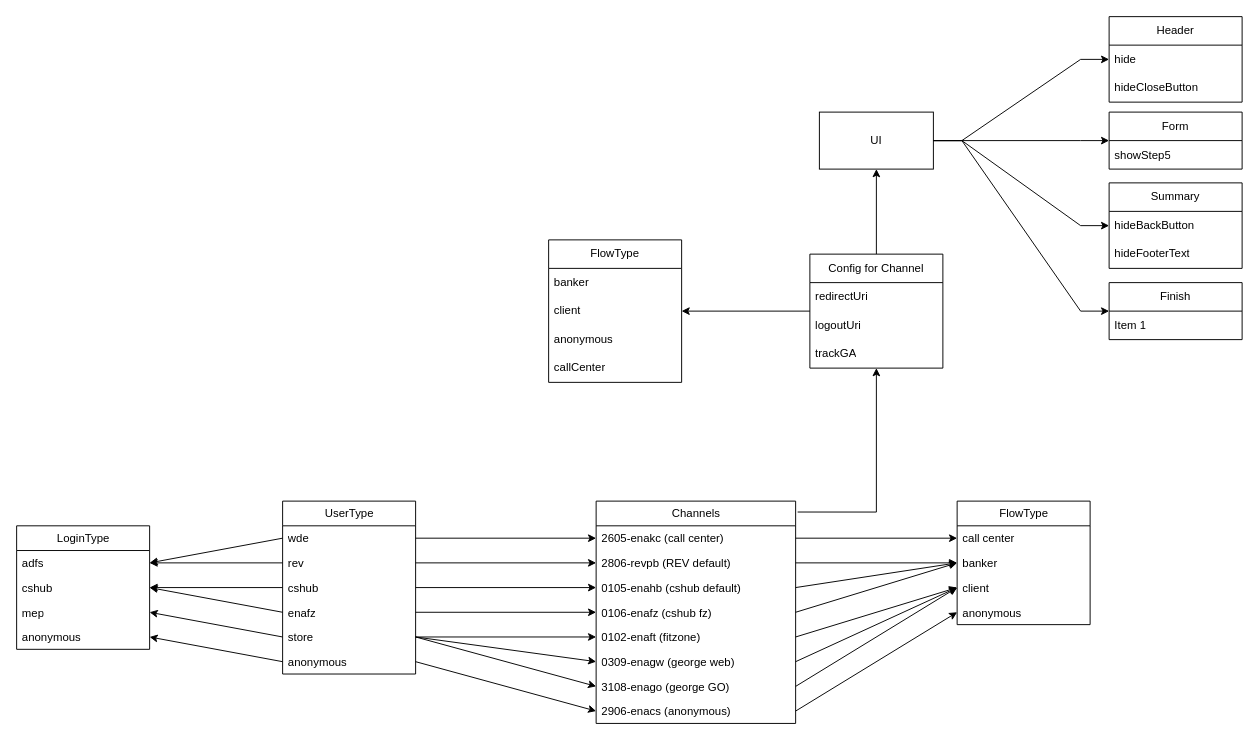
The draw.io diagram ENA_model.drawio in ondrejtuma-ext43301/diagrams, before the edit. Source tidied: cells renumbered, new cells numbered last; positions are measured from the earlier drawing's top-left corner, leaving out a move shared by most shapes. Both pictures are drawn from the tidied source at 95%, with x=0, y=0 at pixel (16, 16).
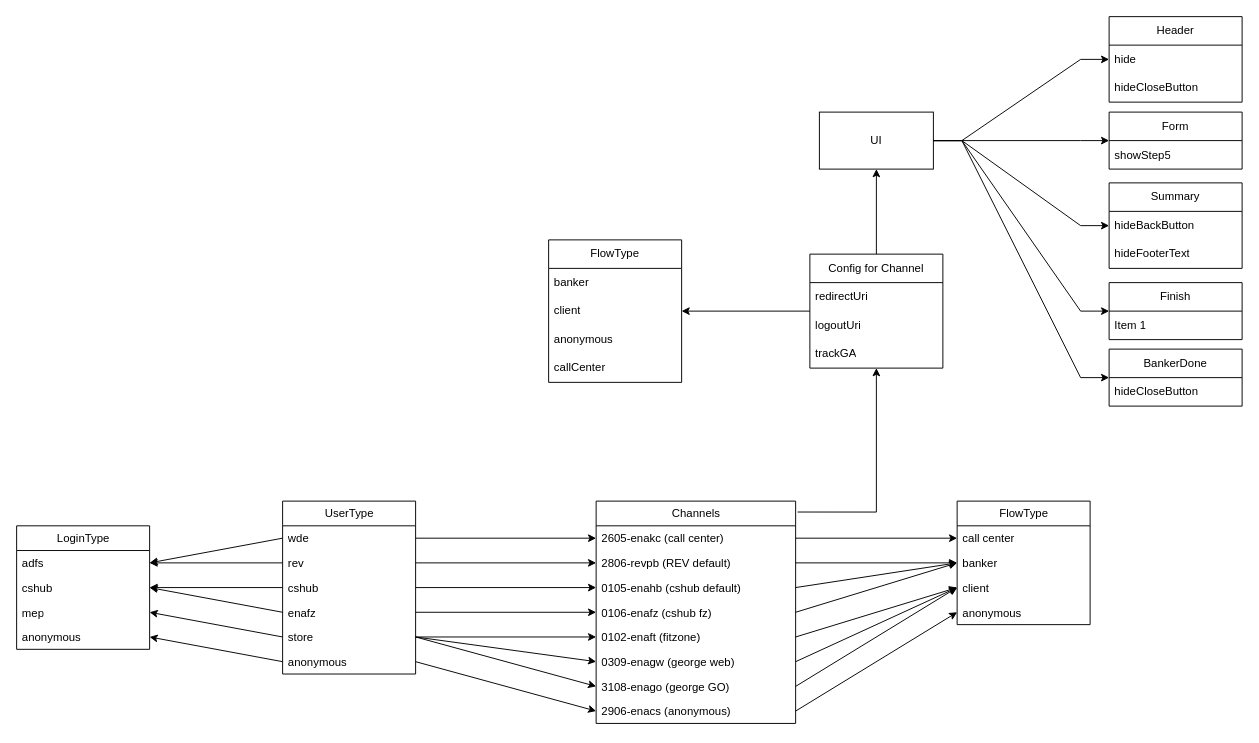
The same page after the edit.

Commit message:
chore(model): bankerdone ui

The change refers to these unchanged cells:
```xml
<mxCell id="57" value="UI" style="whiteSpace=wrap;html=1;fillColor=none;fontStyle=0;startSize=26;" parent="1" vertex="1">
  <mxGeometry x="845" y="100.5" width="120" height="60" as="geometry" />
</mxCell>
```

Diff of the diagram source:
```diff
@@
+    <mxCell id="77" value="BankerDone" style="swimlane;fontStyle=0;horizontal=1;startSize=30;whiteSpace=wrap;html=1;" parent="1" vertex="1">
+      <mxGeometry x="1150" y="350" width="140" height="60" as="geometry" />
+    </mxCell>
+    <mxCell id="78" value="hideCloseButton" style="text;strokeColor=none;fillColor=none;align=left;verticalAlign=middle;spacingLeft=4;spacingRight=4;overflow=hidden;whiteSpace=wrap;html=1;" parent="77" vertex="1">
+      <mxGeometry y="30" width="140" height="30" as="geometry" />
+    </mxCell>
+    <mxCell id="79" style="endArrow=classic;html=1;rounded=0;exitX=1;exitY=0.5;exitDx=0;exitDy=0;edgeStyle=entityRelationEdgeStyle;" parent="1" edge="1" source="57" target="77">
+      <mxGeometry relative="1" as="geometry" />
+    </mxCell>
```
